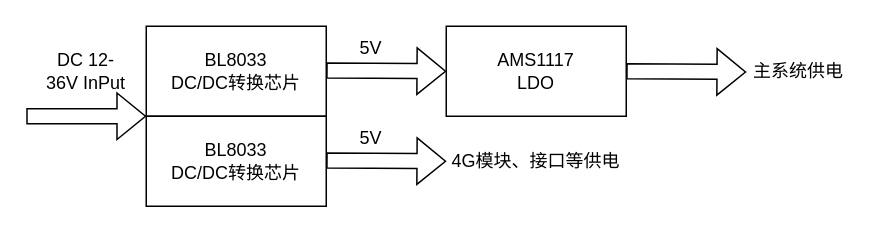
The draw.io diagram 电源供电逻辑框图.drawio in anvalue/DrawIo_SQ, before the edit. Source tidied: cells renumbered, new cells numbered last; positions are measured from the earlier drawing's top-left corner, leaving out a move shared by most shapes. Both pictures are drawn from the tidied source at 150%, with x=0, y=0 at pixel (26, 26).
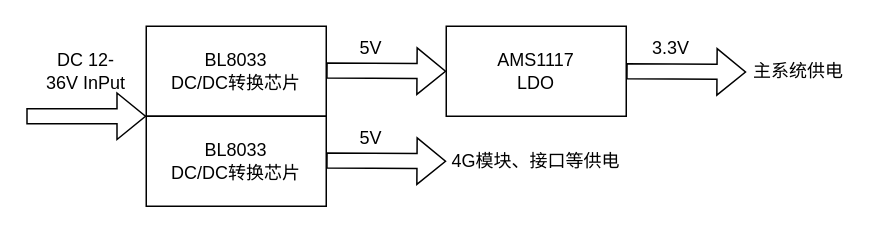
The same page after the edit.

Commit message (it also covers changes not shown here):
更新电源供电逻辑框图.drawio

Change to the diagram source:
```diff
@@
 <mxGraphModel>
   <root>
     <mxCell id="0" />
     <mxCell id="1" parent="0" />
     <mxCell id="2" style="shape=flexArrow;endArrow=classic;html=1;rounded=0;" parent="1" edge="1">
       <mxGeometry relative="1" as="geometry">
         <mxPoint y="60" as="sourcePoint" />
         <mxPoint x="80" y="60" as="targetPoint" />
       </mxGeometry>
     </mxCell>
     <mxCell id="3" value="BL8033&lt;br&gt;DC/DC转换芯片" style="whiteSpace=wrap;html=1;" parent="1" vertex="1">
       <mxGeometry x="80" width="120" height="60" as="geometry" />
     </mxCell>
     <mxCell id="4" value="BL8033&lt;br&gt;DC/DC转换芯片" style="whiteSpace=wrap;html=1;" parent="1" vertex="1">
       <mxGeometry x="80" y="60" width="120" height="60" as="geometry" />
     </mxCell>
     <mxCell id="5" style="shape=flexArrow;endArrow=classic;html=1;rounded=0;" parent="1" edge="1">
       <mxGeometry relative="1" as="geometry">
         <mxPoint x="200" y="29.5" as="sourcePoint" />
         <mxPoint x="280" y="30" as="targetPoint" />
       </mxGeometry>
     </mxCell>
     <mxCell id="6" value="AMS1117&lt;br&gt;LDO" style="whiteSpace=wrap;html=1;" parent="1" vertex="1">
       <mxGeometry x="280" width="120" height="60" as="geometry" />
     </mxCell>
     <mxCell id="7" style="shape=flexArrow;endArrow=classic;html=1;rounded=0;" parent="1" edge="1">
       <mxGeometry relative="1" as="geometry">
         <mxPoint x="200" y="89.5" as="sourcePoint" />
         <mxPoint x="280" y="90" as="targetPoint" />
       </mxGeometry>
     </mxCell>
     <mxCell id="8" value="5V" style="text;html=1;align=center;verticalAlign=middle;whiteSpace=wrap;rounded=0;" parent="1" vertex="1">
       <mxGeometry x="200" width="60" height="30" as="geometry" />
     </mxCell>
     <mxCell id="9" value="DC 12-36V InPut" style="text;html=1;align=center;verticalAlign=middle;whiteSpace=wrap;rounded=0;" parent="1" vertex="1">
       <mxGeometry x="10" y="15" width="60" height="30" as="geometry" />
     </mxCell>
     <mxCell id="10" value="5V" style="text;html=1;align=center;verticalAlign=middle;whiteSpace=wrap;rounded=0;" parent="1" vertex="1">
       <mxGeometry x="200" y="60" width="60" height="30" as="geometry" />
     </mxCell>
     <mxCell id="11" value="&lt;div&gt;4G模块、接口等供电&lt;/div&gt;" style="text;html=1;align=center;verticalAlign=middle;whiteSpace=wrap;rounded=0;" parent="1" vertex="1">
       <mxGeometry x="280" y="75" width="120" height="30" as="geometry" />
     </mxCell>
     <mxCell id="12" value="主系统供电" style="text;html=1;align=center;verticalAlign=middle;whiteSpace=wrap;rounded=0;" parent="1" vertex="1">
       <mxGeometry x="470" y="15" width="90" height="30" as="geometry" />
     </mxCell>
     <mxCell id="13" style="shape=flexArrow;endArrow=classic;html=1;rounded=0;" parent="1" edge="1">
       <mxGeometry relative="1" as="geometry">
         <mxPoint x="400" y="30" as="sourcePoint" />
         <mxPoint x="480" y="30.5" as="targetPoint" />
       </mxGeometry>
     </mxCell>
+    <mxCell id="14" value="3.3V" style="text;html=1;align=center;verticalAlign=middle;whiteSpace=wrap;rounded=0;" parent="1" vertex="1">
+      <mxGeometry x="400" width="60" height="30" as="geometry" />
+    </mxCell>
   </root>
 </mxGraphModel>
```
